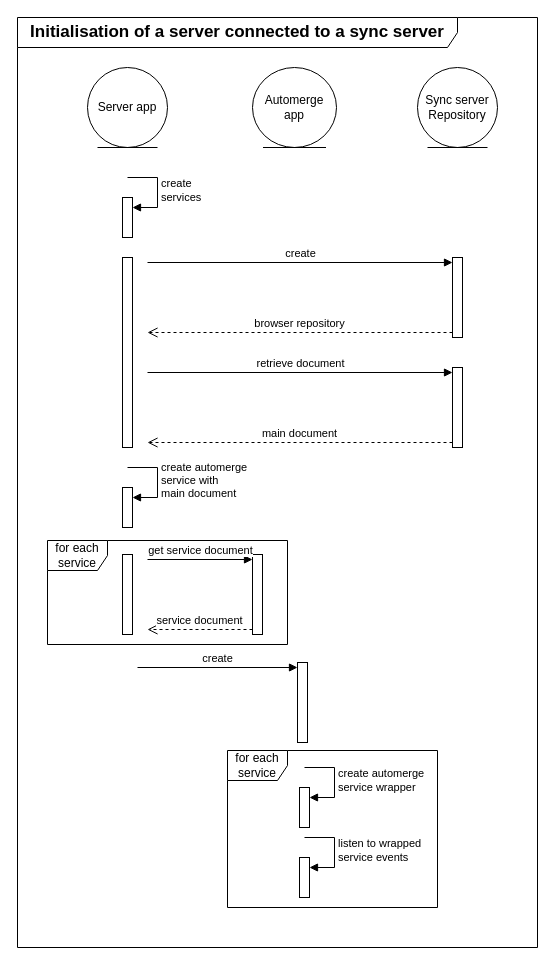
Before: page "Synced server sequence diagram" (3 of 4) of diagram.drawio in kalisio/offline-sync, a draw.io diagram. Source tidied: cells renumbered, new cells numbered last; positions are measured from the earlier drawing's top-left corner, leaving out a move shared by most shapes. Both pictures are drawn from the tidied source at 100%, with x=0, y=0 at pixel (17, 17).
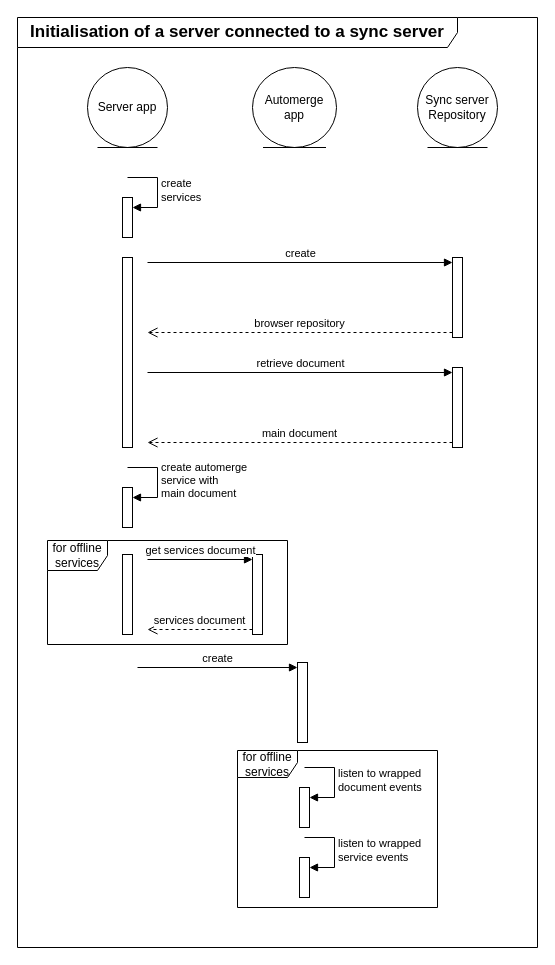
Above is the later version.

Unchanged cells that the change refers to:
```xml
<mxCell id="14" style="html=1;points=[[0,0,0,0,5],[0,1,0,0,-5],[1,0,0,0,5],[1,1,0,0,-5]];perimeter=orthogonalPerimeter;outlineConnect=0;targetShapes=umlLifeline;portConstraint=eastwest;newEdgeStyle={&quot;curved&quot;:0,&quot;rounded&quot;:0};" parent="1" vertex="1">
  <mxGeometry x="235" y="537" width="10" height="80" as="geometry" />
</mxCell>
<mxCell id="21" style="html=1;points=[[0,0,0,0,5],[0,1,0,0,-5],[1,0,0,0,5],[1,1,0,0,-5]];perimeter=orthogonalPerimeter;outlineConnect=0;targetShapes=umlLifeline;portConstraint=eastwest;newEdgeStyle={&quot;curved&quot;:0,&quot;rounded&quot;:0};" parent="1" vertex="1">
  <mxGeometry x="282" y="770" width="10" height="40" as="geometry" />
</mxCell>
```

Change to the diagram source:
```diff
@@
-    <mxCell id="15" value="&lt;span style=&quot;text-align: left;&quot;&gt;get service&amp;nbsp;&lt;/span&gt;&lt;span style=&quot;text-align: left;&quot;&gt;document&lt;/span&gt;" style="html=1;verticalAlign=bottom;endArrow=block;curved=0;rounded=0;entryX=0;entryY=0;entryDx=0;entryDy=5;" parent="1" edge="1" target="14">
+    <mxCell id="15" value="&lt;span style=&quot;text-align: left;&quot;&gt;get services&amp;nbsp;&lt;/span&gt;&lt;span style=&quot;text-align: left;&quot;&gt;document&lt;/span&gt;" style="html=1;verticalAlign=bottom;endArrow=block;curved=0;rounded=0;entryX=0;entryY=0;entryDx=0;entryDy=5;" parent="1" edge="1" target="14">
       <mxGeometry relative="1" as="geometry">
         <mxPoint x="130" y="542" as="sourcePoint" />
       </mxGeometry>
     </mxCell>
-    <mxCell id="16" value="service document" style="html=1;verticalAlign=bottom;endArrow=open;dashed=1;endSize=8;curved=0;rounded=0;exitX=0;exitY=1;exitDx=0;exitDy=-5;" parent="1" edge="1" source="14">
+    <mxCell id="16" value="services document" style="html=1;verticalAlign=bottom;endArrow=open;dashed=1;endSize=8;curved=0;rounded=0;exitX=0;exitY=1;exitDx=0;exitDy=-5;" parent="1" edge="1" source="14">
       <mxGeometry relative="1" as="geometry">
         <mxPoint x="130" y="612" as="targetPoint" />
       </mxGeometry>
     </mxCell>
@@
-    <mxCell id="18" value="for each service" style="shape=umlFrame;whiteSpace=wrap;html=1;" parent="1" vertex="1">
+    <mxCell id="18" value="for offline services" style="shape=umlFrame;whiteSpace=wrap;html=1;" parent="1" vertex="1">
       <mxGeometry x="30" y="523" width="240" height="104" as="geometry" />
     </mxCell>
@@
-    <mxCell id="22" value="create automerge&lt;div&gt;service wrapper&lt;/div&gt;" style="html=1;align=left;spacingLeft=2;endArrow=block;rounded=0;edgeStyle=orthogonalEdgeStyle;curved=0;rounded=0;" parent="1" edge="1" target="21">
+    <mxCell id="22" value="listen to wrapped&lt;br&gt;document events" style="html=1;align=left;spacingLeft=2;endArrow=block;rounded=0;edgeStyle=orthogonalEdgeStyle;curved=0;rounded=0;" parent="1" edge="1" target="21">
       <mxGeometry relative="1" as="geometry">
         <mxPoint x="287" y="750" as="sourcePoint" />
         <Array as="points">
           <mxPoint x="317" y="780" />
         </Array>
       </mxGeometry>
     </mxCell>
-    <mxCell id="23" value="for each service" style="shape=umlFrame;whiteSpace=wrap;html=1;" parent="1" vertex="1">
-      <mxGeometry x="210" y="733" width="210" height="157" as="geometry" />
+    <mxCell id="23" value="for offline&lt;div&gt;services&lt;/div&gt;" style="shape=umlFrame;whiteSpace=wrap;html=1;width=60;height=27;" parent="1" vertex="1">
+      <mxGeometry x="220" y="733" width="200" height="157" as="geometry" />
     </mxCell>
```
